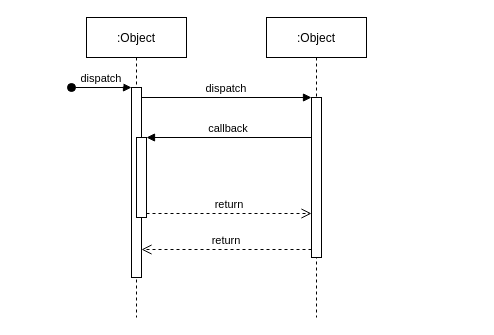
yi2003/diagram keeps this draw.io diagram as customer_reservation.drawio. Above is the earlier version. Source tidied: cells renumbered, new cells numbered last; positions are measured from the earlier drawing's top-left corner, leaving out a move shared by most shapes. Both pictures are drawn from the tidied source at 100%, with x=0, y=0 at pixel (71, 17).
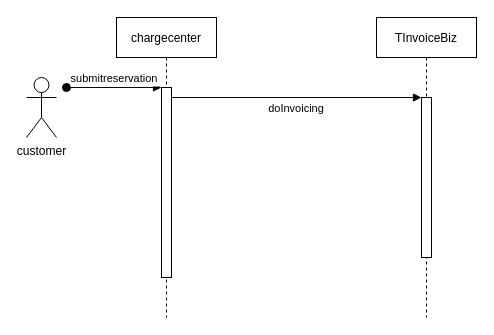
The same page after the edit.

What changed in the source:
```diff
@@
 <mxGraphModel>
   <root>
     <mxCell id="0" />
     <mxCell id="1" parent="0" />
-    <mxCell id="2" value=":Object" style="shape=umlLifeline;perimeter=lifelinePerimeter;rounded=0;shadow=0;strokeWidth=1;" parent="1" vertex="1">
-      <mxGeometry x="15" width="100" height="300" as="geometry" />
+    <mxCell id="2" value="chargecenter" style="shape=umlLifeline;perimeter=lifelinePerimeter;rounded=0;shadow=0;strokeWidth=1;" parent="1" vertex="1">
+      <mxGeometry x="45" width="100" height="300" as="geometry" />
     </mxCell>
     <mxCell id="3" style="points=[];perimeter=orthogonalPerimeter;rounded=0;shadow=0;strokeWidth=1;" parent="2" vertex="1">
       <mxGeometry x="45" y="70" width="10" height="190" as="geometry" />
     </mxCell>
-    <mxCell id="4" value="dispatch" style="verticalAlign=bottom;startArrow=oval;endArrow=block;startSize=8;shadow=0;strokeWidth=1;" parent="2" edge="1" target="3">
+    <mxCell id="4" value="submitreservation" style="verticalAlign=bottom;startArrow=oval;endArrow=block;startSize=8;shadow=0;strokeWidth=1;" parent="2" edge="1" target="3">
       <mxGeometry relative="1" as="geometry">
-        <mxPoint x="-15" y="70" as="sourcePoint" />
+        <mxPoint x="-50" y="70" as="sourcePoint" />
       </mxGeometry>
     </mxCell>
-    <mxCell id="5" style="points=[];perimeter=orthogonalPerimeter;rounded=0;shadow=0;strokeWidth=1;" parent="2" vertex="1">
-      <mxGeometry x="50" y="120" width="10" height="80" as="geometry" />
-    </mxCell>
-    <mxCell id="6" value=":Object" style="shape=umlLifeline;perimeter=lifelinePerimeter;rounded=0;shadow=0;strokeWidth=1;" parent="1" vertex="1">
-      <mxGeometry x="195" width="100" height="300" as="geometry" />
+    <mxCell id="6" value="TInvoiceBiz" style="shape=umlLifeline;perimeter=lifelinePerimeter;rounded=0;shadow=0;strokeWidth=1;" parent="1" vertex="1">
+      <mxGeometry x="305" width="100" height="300" as="geometry" />
     </mxCell>
     <mxCell id="7" style="points=[];perimeter=orthogonalPerimeter;rounded=0;shadow=0;strokeWidth=1;" parent="6" vertex="1">
       <mxGeometry x="45" y="80" width="10" height="160" as="geometry" />
     </mxCell>
-    <mxCell id="8" value="return" style="verticalAlign=bottom;endArrow=open;dashed=1;endSize=8;exitX=0;exitY=0.95;shadow=0;strokeWidth=1;" parent="1" edge="1" source="7" target="3">
-      <mxGeometry relative="1" as="geometry" />
-    </mxCell>
-    <mxCell id="9" value="dispatch" style="verticalAlign=bottom;endArrow=block;entryX=0;entryY=0;shadow=0;strokeWidth=1;" parent="1" edge="1" source="3" target="7">
-      <mxGeometry relative="1" as="geometry" />
+    <mxCell id="9" value="doInvoicing" style="verticalAlign=bottom;endArrow=block;entryX=0;entryY=0;shadow=0;strokeWidth=1;" parent="1" edge="1" source="3" target="7">
+      <mxGeometry y="-20" relative="1" as="geometry" />
     </mxCell>
-    <mxCell id="10" value="callback" style="verticalAlign=bottom;endArrow=block;entryX=1;entryY=0;shadow=0;strokeWidth=1;" parent="1" edge="1" source="7" target="5">
-      <mxGeometry relative="1" as="geometry" />
-    </mxCell>
-    <mxCell id="11" value="return" style="verticalAlign=bottom;endArrow=open;dashed=1;endSize=8;exitX=1;exitY=0.95;shadow=0;strokeWidth=1;" parent="1" edge="1" source="5" target="7">
-      <mxGeometry relative="1" as="geometry" />
-    </mxCell>
+    <mxCell id="12" value="customer" style="shape=umlActor;verticalLabelPosition=bottom;verticalAlign=top;html=1;" parent="1" vertex="1">
+      <mxGeometry x="-45" y="60" width="30" height="60" as="geometry" />
+    </mxCell>
   </root>
 </mxGraphModel>
```
